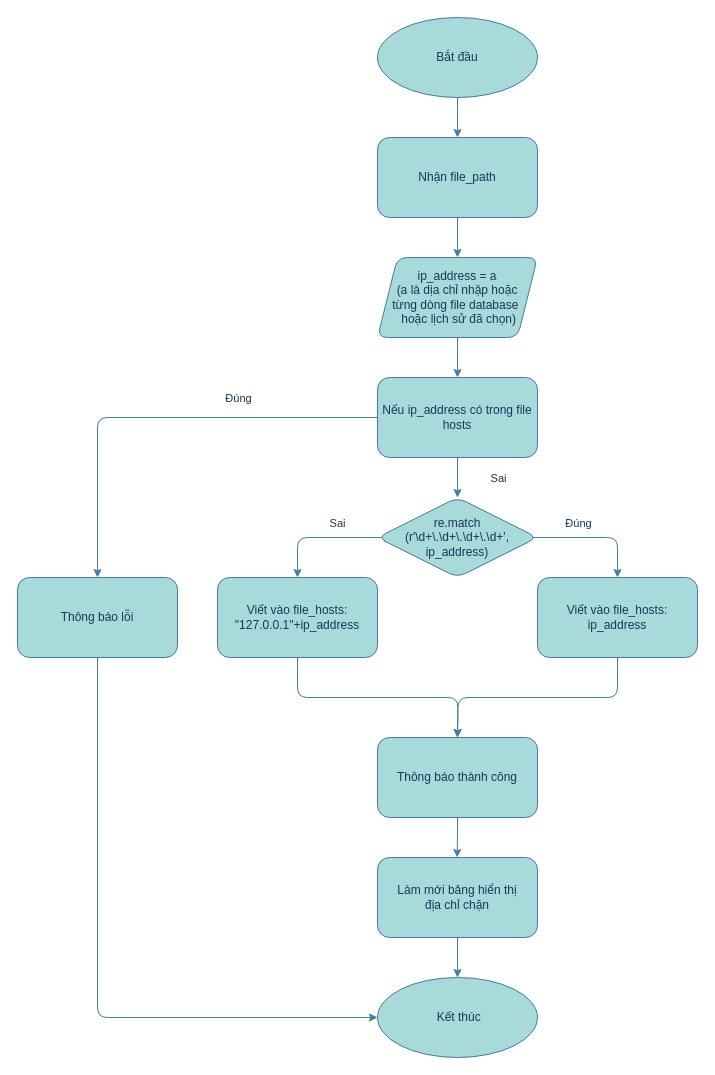
The draw.io diagram Unblock.drawio in PlaymakerVN/KHKT-2023-1, before the edit. Source tidied: cells renumbered, new cells numbered last; positions are measured from the earlier drawing's top-left corner, leaving out a move shared by most shapes. Both pictures are drawn from the tidied source at 100%, with x=0, y=0 at pixel (17, 17).
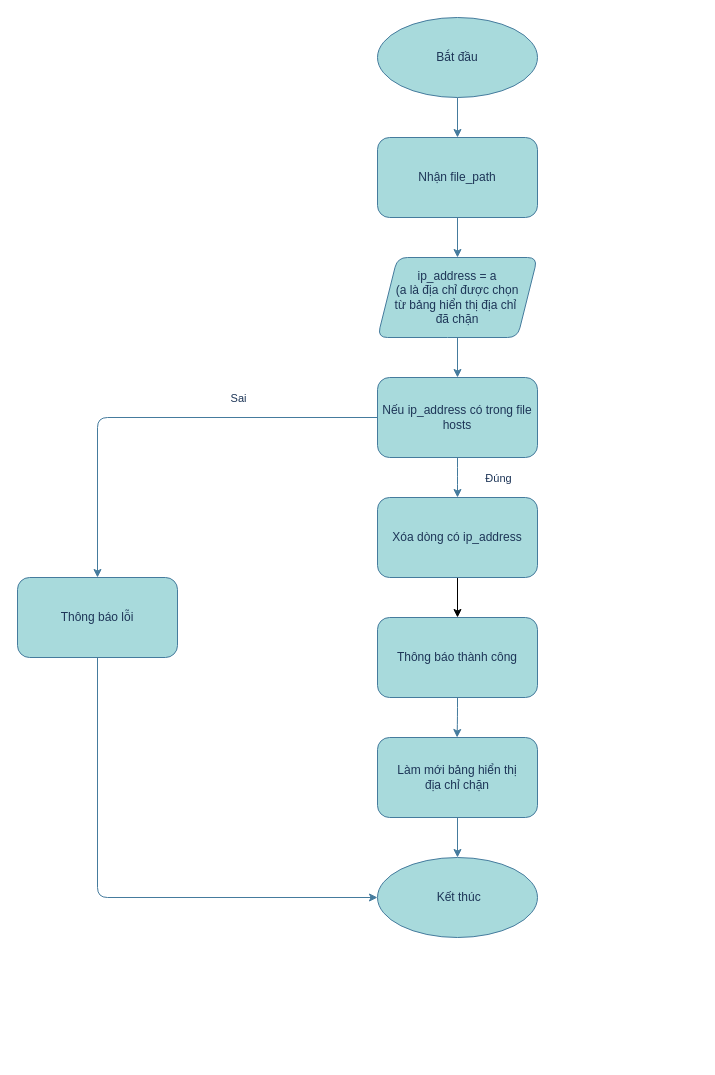
Above is the later version.

Commit message (it also covers changes not shown here):
Cập nhật Unblock.drawio

Unchanged cells that the change refers to:
```xml
<mxCell id="17" style="edgeStyle=orthogonalEdgeStyle;rounded=1;jettySize=auto;html=1;exitX=0;exitY=0.5;exitDx=0;exitDy=0;entryX=0.5;entryY=0;entryDx=0;entryDy=0;labelBackgroundColor=none;strokeColor=#457B9D;fontColor=default;" parent="1" edge="1" source="19" target="26">
  <mxGeometry relative="1" as="geometry" />
</mxCell>
<mxCell id="19" value="Nếu ip_address có trong file hosts" style="rounded=1;whiteSpace=wrap;html=1;labelBackgroundColor=none;fillColor=#A8DADC;strokeColor=#457B9D;fontColor=#1D3557;" parent="1" vertex="1">
  <mxGeometry x="360" y="360" width="160" height="80" as="geometry" />
</mxCell>
```

The edit, as a diff of the source:
```diff
@@
-    <mxCell id="5" value="&lt;font style=&quot;font-size: 12px;&quot;&gt;ip_address = a&lt;br&gt;(a là dịa chỉ nhập hoặc&lt;br&gt;từng dòng file database&amp;nbsp;&lt;br&gt;&amp;nbsp;hoặc lịch sử đã chọn)&lt;/font&gt;" style="shape=parallelogram;perimeter=parallelogramPerimeter;whiteSpace=wrap;html=1;fixedSize=1;labelBackgroundColor=none;fillColor=#A8DADC;strokeColor=#457B9D;fontColor=#1D3557;rounded=1;" parent="1" vertex="1">
+    <mxCell id="5" value="&lt;font style=&quot;font-size: 12px;&quot;&gt;ip_address = a&lt;br&gt;(a là địa chỉ được chọn&lt;br&gt;từ bảng hiển thị địa chỉ&amp;nbsp;&lt;br&gt;đã chặn&lt;br&gt;&lt;/font&gt;" style="shape=parallelogram;perimeter=parallelogramPerimeter;whiteSpace=wrap;html=1;fixedSize=1;labelBackgroundColor=none;fillColor=#A8DADC;strokeColor=#457B9D;fontColor=#1D3557;rounded=1;" parent="1" vertex="1">
       <mxGeometry x="360" y="240" width="160" height="80" as="geometry" />
     </mxCell>
-    <mxCell id="6" style="edgeStyle=orthogonalEdgeStyle;rounded=1;jettySize=auto;html=1;exitX=0.875;exitY=0.5;exitDx=0;exitDy=0;entryX=0.5;entryY=0;entryDx=0;entryDy=0;labelBackgroundColor=none;strokeColor=#457B9D;fontColor=default;exitPerimeter=0;" parent="1" edge="1" source="10" target="12">
-      <mxGeometry relative="1" as="geometry">
-        <Array as="points">
-          <mxPoint x="280" y="520" />
-        </Array>
-      </mxGeometry>
-    </mxCell>
-    <mxCell id="7" value="Sai" style="edgeLabel;html=1;align=center;verticalAlign=middle;labelBackgroundColor=none;fontColor=#1D3557;rounded=1;" parent="6" vertex="1">
-      <mxGeometry x="-0.35" y="-1" relative="1" as="geometry">
-        <mxPoint x="-96" y="-14" as="offset" />
-      </mxGeometry>
-    </mxCell>
-    <mxCell id="8" style="edgeStyle=orthogonalEdgeStyle;rounded=1;jettySize=auto;html=1;exitX=0.045;exitY=0.553;exitDx=0;exitDy=0;labelBackgroundColor=none;strokeColor=#457B9D;fontColor=default;exitPerimeter=0;" parent="1" edge="1" source="10" target="14">
-      <mxGeometry relative="1" as="geometry">
-        <Array as="points">
-          <mxPoint x="367" y="520" />
-          <mxPoint x="600" y="520" />
-        </Array>
-      </mxGeometry>
-    </mxCell>
-    <mxCell id="9" value="Đúng" style="edgeLabel;html=1;align=center;verticalAlign=middle;labelBackgroundColor=none;fontColor=#1D3557;rounded=1;" parent="8" vertex="1">
-      <mxGeometry x="-0.28" y="-1" relative="1" as="geometry">
-        <mxPoint x="98" y="-16" as="offset" />
-      </mxGeometry>
-    </mxCell>
-    <mxCell id="10" value="re.match&lt;br&gt;(r'\d+\.\d+\.\d+\.\d+',&lt;br&gt;ip_address)" style="rhombus;whiteSpace=wrap;html=1;labelBackgroundColor=none;fillColor=#A8DADC;strokeColor=#457B9D;fontColor=#1D3557;rounded=1;" parent="1" vertex="1">
-      <mxGeometry x="360" y="480" width="160" height="80" as="geometry" />
-    </mxCell>
-    <mxCell id="11" style="edgeStyle=orthogonalEdgeStyle;rounded=1;jettySize=auto;html=1;exitX=0.5;exitY=1;exitDx=0;exitDy=0;labelBackgroundColor=none;strokeColor=#457B9D;fontColor=default;" parent="1" edge="1" source="12">
-      <mxGeometry relative="1" as="geometry">
-        <mxPoint x="440" y="720" as="targetPoint" />
-      </mxGeometry>
-    </mxCell>
+    <mxCell id="29" style="edgeStyle=orthogonalEdgeStyle;rounded=0;jettySize=auto;html=1;exitX=0.5;exitY=1;exitDx=0;exitDy=0;entryX=0.5;entryY=0;entryDx=0;entryDy=0;" parent="1" edge="1" source="12" target="21">
+      <mxGeometry relative="1" as="geometry" />
+    </mxCell>
-    <mxCell id="12" value="Viết vào file_hosts:&lt;br&gt;&quot;127.0.0.1&quot;+ip_address" style="rounded=1;whiteSpace=wrap;html=1;labelBackgroundColor=none;fillColor=#A8DADC;strokeColor=#457B9D;fontColor=#1D3557;" parent="1" vertex="1">
-      <mxGeometry x="200" y="560" width="160" height="80" as="geometry" />
+    <mxCell id="12" value="Xóa dòng có ip_address" style="rounded=1;whiteSpace=wrap;html=1;labelBackgroundColor=none;fillColor=#A8DADC;strokeColor=#457B9D;fontColor=#1D3557;" parent="1" vertex="1">
+      <mxGeometry x="360" y="480" width="160" height="80" as="geometry" />
     </mxCell>
-    <mxCell id="13" style="edgeStyle=orthogonalEdgeStyle;rounded=1;jettySize=auto;html=1;exitX=0.5;exitY=1;exitDx=0;exitDy=0;entryX=0.5;entryY=0;entryDx=0;entryDy=0;labelBackgroundColor=none;strokeColor=#457B9D;fontColor=default;" parent="1" edge="1" source="14">
-      <mxGeometry relative="1" as="geometry">
-        <mxPoint x="440" y="720" as="targetPoint" />
-      </mxGeometry>
-    </mxCell>
-    <mxCell id="14" value="Viết vào file_hosts:&lt;br&gt;ip_address" style="rounded=1;whiteSpace=wrap;html=1;labelBackgroundColor=none;fillColor=#A8DADC;strokeColor=#457B9D;fontColor=#1D3557;" parent="1" vertex="1">
-      <mxGeometry x="520" y="560" width="160" height="80" as="geometry" />
-    </mxCell>
-    <mxCell id="15" style="edgeStyle=orthogonalEdgeStyle;rounded=1;jettySize=auto;html=1;exitX=0.5;exitY=1;exitDx=0;exitDy=0;entryX=0.5;entryY=0;entryDx=0;entryDy=0;labelBackgroundColor=none;strokeColor=#457B9D;fontColor=default;" parent="1" edge="1" source="19" target="10">
-      <mxGeometry relative="1" as="geometry" />
+    <mxCell id="15" style="edgeStyle=orthogonalEdgeStyle;rounded=1;jettySize=auto;html=1;exitX=0.5;exitY=1;exitDx=0;exitDy=0;entryX=0.5;entryY=0;entryDx=0;entryDy=0;labelBackgroundColor=none;strokeColor=#457B9D;fontColor=default;" parent="1" edge="1" source="19">
+      <mxGeometry relative="1" as="geometry">
+        <mxPoint x="440" y="480" as="targetPoint" />
+      </mxGeometry>
     </mxCell>
-    <mxCell id="16" value="Sai" style="edgeLabel;html=1;align=center;verticalAlign=middle;labelBackgroundColor=none;fontColor=#1D3557;rounded=1;" parent="15" vertex="1">
+    <mxCell id="16" value="Đúng" style="edgeLabel;html=1;align=center;verticalAlign=middle;labelBackgroundColor=none;fontColor=#1D3557;rounded=1;" parent="15" vertex="1">
       <mxGeometry x="-0.2" y="1" relative="1" as="geometry">
         <mxPoint x="39" y="4" as="offset" />
       </mxGeometry>
     </mxCell>
@@
-    <mxCell id="18" value="Đúng" style="edgeLabel;html=1;align=center;verticalAlign=middle;labelBackgroundColor=none;fontColor=#1D3557;rounded=1;" parent="17" vertex="1">
+    <mxCell id="18" value="Sai" style="edgeLabel;html=1;align=center;verticalAlign=middle;labelBackgroundColor=none;fontColor=#1D3557;rounded=1;" parent="17" vertex="1">
       <mxGeometry x="-0.45" y="-1" relative="1" as="geometry">
         <mxPoint x="-19" y="-19" as="offset" />
       </mxGeometry>
     </mxCell>
@@
     <mxCell id="20" style="edgeStyle=orthogonalEdgeStyle;rounded=1;jettySize=auto;html=1;exitX=0.5;exitY=1;exitDx=0;exitDy=0;labelBackgroundColor=none;strokeColor=#457B9D;fontColor=default;" parent="1" edge="1" source="21">
       <mxGeometry relative="1" as="geometry">
-        <mxPoint x="439.6" y="840" as="targetPoint" />
+        <mxPoint x="439.6" y="720" as="targetPoint" />
       </mxGeometry>
     </mxCell>
     <mxCell id="21" value="Thông báo thành công" style="rounded=1;whiteSpace=wrap;html=1;labelBackgroundColor=none;fillColor=#A8DADC;strokeColor=#457B9D;fontColor=#1D3557;" parent="1" vertex="1">
-      <mxGeometry x="360" y="720" width="160" height="80" as="geometry" />
+      <mxGeometry x="360" y="600" width="160" height="80" as="geometry" />
     </mxCell>
@@
     <mxCell id="23" value="Làm mới bảng hiển thị &lt;br&gt;địa chỉ chặn" style="rounded=1;whiteSpace=wrap;html=1;labelBackgroundColor=none;fillColor=#A8DADC;strokeColor=#457B9D;fontColor=#1D3557;" parent="1" vertex="1">
-      <mxGeometry x="360" y="840" width="160" height="80" as="geometry" />
+      <mxGeometry x="360" y="720" width="160" height="80" as="geometry" />
     </mxCell>
     <mxCell id="24" value="&amp;nbsp;Kết thúc" style="ellipse;whiteSpace=wrap;html=1;labelBackgroundColor=none;fillColor=#A8DADC;strokeColor=#457B9D;fontColor=#1D3557;rounded=1;" parent="1" vertex="1">
-      <mxGeometry x="360" y="960" width="160" height="80" as="geometry" />
+      <mxGeometry x="360" y="840" width="160" height="80" as="geometry" />
     </mxCell>
```
